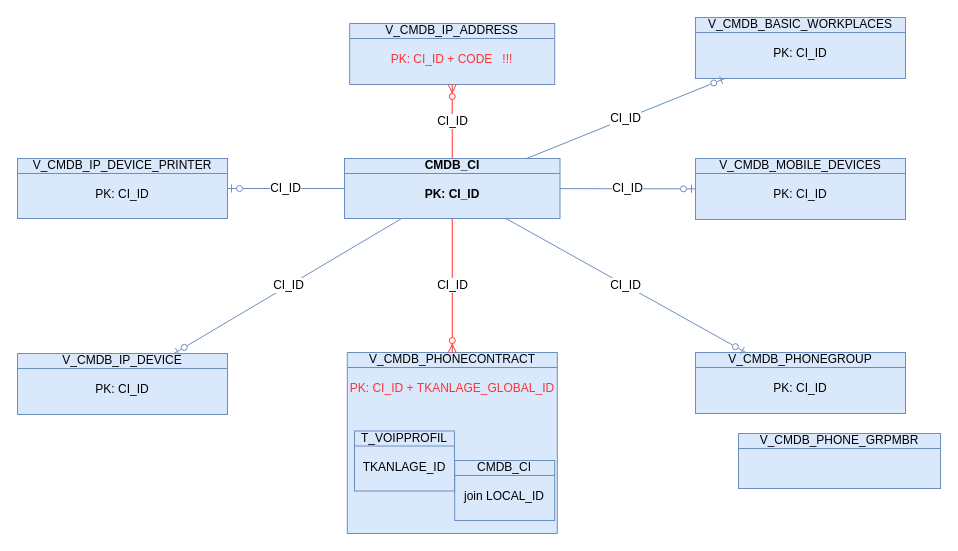
The draw.io diagram page "SourceStar" (2 of 11) of DBsErdV2.drawio in algimas/tmp, before the edit. Source tidied: cells renumbered, new cells numbered last; positions are measured from the earlier drawing's top-left corner, leaving out a move shared by most shapes. Both pictures are drawn from the tidied source at 100%, with x=0, y=0 at pixel (17, 17).
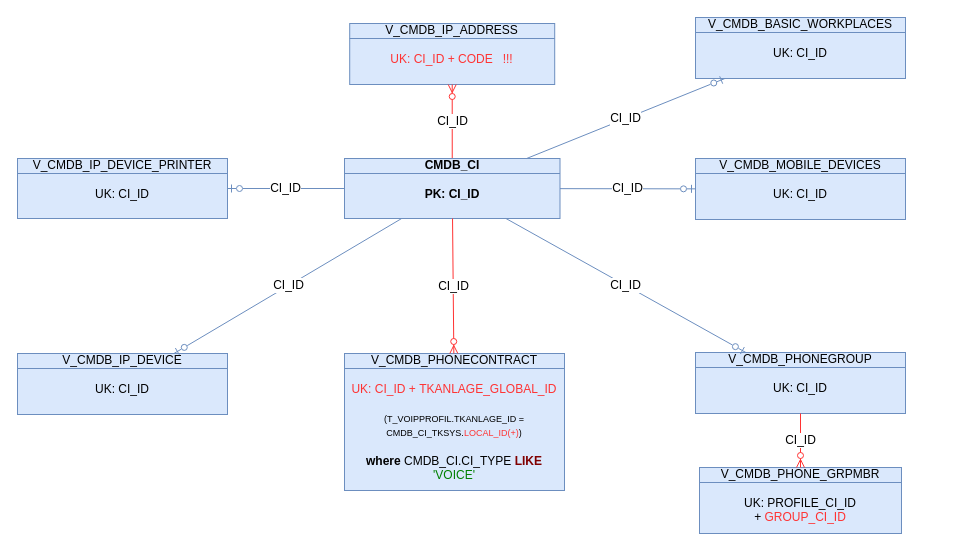
The same diagram, later.

Change to the diagram source:
```diff
@@
 <mxGraphModel>
   <root>
     <mxCell id="0" />
     <mxCell id="1" parent="0" />
-    <mxCell id="2" value="V_CMDB_IP_ADDRESS&lt;br&gt;&lt;br&gt;&lt;font color=&quot;#ff3333&quot;&gt;PK: CI_ID + CODE&amp;nbsp; &amp;nbsp;!!!&lt;/font&gt;" style="html=1;outlineConnect=0;whiteSpace=wrap;fillColor=#dae8fc;shape=mxgraph.archimate3.businessObject;overflow=fill;strokeColor=#6c8ebf;" parent="1" vertex="1">
+    <mxCell id="2" value="V_CMDB_IP_ADDRESS&lt;br&gt;&lt;br&gt;&lt;font color=&quot;#ff3333&quot;&gt;UK: CI_ID + CODE&amp;nbsp; &amp;nbsp;!!!&lt;/font&gt;" style="html=1;outlineConnect=0;whiteSpace=wrap;fillColor=#dae8fc;shape=mxgraph.archimate3.businessObject;overflow=fill;strokeColor=#6c8ebf;" parent="1" vertex="1">
       <mxGeometry x="332.2" y="6" width="205" height="61" as="geometry" />
     </mxCell>
     <mxCell id="3" value="CI_ID" style="fontSize=12;html=1;endArrow=ERzeroToMany;endFill=1;rounded=0;fillColor=#dae8fc;strokeColor=#FF3333;" parent="1" edge="1" source="4" target="2">
       <mxGeometry relative="1" as="geometry" />
     </mxCell>
     <mxCell id="4" value="CMDB_CI&lt;br&gt;&lt;br&gt;PK: CI_ID" style="html=1;outlineConnect=0;whiteSpace=wrap;fillColor=#dae8fc;shape=mxgraph.archimate3.businessObject;overflow=fill;strokeColor=#6c8ebf;fontStyle=1;" parent="1" vertex="1">
       <mxGeometry x="327" y="141" width="215.5" height="60" as="geometry" />
     </mxCell>
-    <mxCell id="5" value="V_CMDB_IP_DEVICE_PRINTER&lt;br&gt;&lt;br&gt;PK: CI_ID" style="html=1;outlineConnect=0;whiteSpace=wrap;fillColor=#dae8fc;shape=mxgraph.archimate3.businessObject;overflow=fill;strokeColor=#6c8ebf;" parent="1" vertex="1">
+    <mxCell id="5" value="V_CMDB_IP_DEVICE_PRINTER&lt;br&gt;&lt;br&gt;UK: CI_ID" style="html=1;outlineConnect=0;whiteSpace=wrap;fillColor=#dae8fc;shape=mxgraph.archimate3.businessObject;overflow=fill;strokeColor=#6c8ebf;" parent="1" vertex="1">
       <mxGeometry y="141" width="210" height="60" as="geometry" />
     </mxCell>
     <mxCell id="6" value="CI_ID" style="fontSize=12;html=1;endArrow=ERzeroToOne;endFill=0;rounded=0;fillColor=#dae8fc;strokeColor=#6c8ebf;" parent="1" edge="1" source="4" target="5">
       <mxGeometry relative="1" as="geometry" />
     </mxCell>
-    <mxCell id="7" value="V_CMDB_IP_DEVICE&lt;br&gt;&lt;br&gt;PK: CI_ID" style="html=1;outlineConnect=0;whiteSpace=wrap;fillColor=#dae8fc;shape=mxgraph.archimate3.businessObject;overflow=fill;strokeColor=#6c8ebf;" parent="1" vertex="1">
+    <mxCell id="7" value="V_CMDB_IP_DEVICE&lt;br&gt;&lt;br&gt;UK: CI_ID" style="html=1;outlineConnect=0;whiteSpace=wrap;fillColor=#dae8fc;shape=mxgraph.archimate3.businessObject;overflow=fill;strokeColor=#6c8ebf;" parent="1" vertex="1">
       <mxGeometry y="336" width="210" height="61" as="geometry" />
     </mxCell>
     <mxCell id="8" value="CI_ID" style="fontSize=12;html=1;endArrow=ERzeroToOne;endFill=0;rounded=0;fillColor=#dae8fc;strokeColor=#6c8ebf;" parent="1" edge="1" source="4" target="7">
       <mxGeometry relative="1" as="geometry" />
     </mxCell>
-    <mxCell id="9" value="V_CMDB_PHONECONTRACT&lt;br&gt;&lt;br&gt;&lt;font color=&quot;#ff3333&quot;&gt;PK: CI_ID +&amp;nbsp;TKANLAGE_GLOBAL_ID&lt;/font&gt;" style="html=1;outlineConnect=0;whiteSpace=wrap;fillColor=#dae8fc;shape=mxgraph.archimate3.businessObject;overflow=fill;strokeColor=#6c8ebf;" parent="1" vertex="1">
-      <mxGeometry x="329.8" y="335" width="210" height="181" as="geometry" />
+    <mxCell id="9" value="V_CMDB_PHONECONTRACT&lt;br&gt;&lt;br&gt;&lt;font color=&quot;#ff3333&quot;&gt;UK: CI_ID +&amp;nbsp;TKANLAGE_GLOBAL_ID&lt;br&gt;&lt;br&gt;&lt;/font&gt;&lt;font style=&quot;font-size: 9px;&quot;&gt;(T_VOIPPROFIL.TKANLAGE_ID = CMDB_CI_TKSYS.&lt;font style=&quot;font-size: 9px;&quot; color=&quot;#ff3333&quot;&gt;LOCAL_ID(+)&lt;/font&gt;)&lt;br&gt;&lt;/font&gt;&lt;br&gt;&lt;b&gt;where&lt;/b&gt; CMDB_CI.CI_TYPE &lt;span style=&quot;color: rgb(128, 0, 0);&quot; class=&quot;s1&quot;&gt;&lt;b&gt;LIKE&lt;/b&gt;&lt;/span&gt; &lt;span style=&quot;color: rgb(0, 128, 0);&quot; class=&quot;s2&quot;&gt;'VOICE'&lt;/span&gt;" style="html=1;outlineConnect=0;whiteSpace=wrap;fillColor=#dae8fc;shape=mxgraph.archimate3.businessObject;overflow=fill;strokeColor=#6c8ebf;" parent="1" vertex="1">
+      <mxGeometry x="327" y="336" width="220" height="137" as="geometry" />
     </mxCell>
-    <mxCell id="10" value="V_CMDB_PHONEGROUP&lt;br&gt;&lt;br&gt;PK: CI_ID" style="html=1;outlineConnect=0;whiteSpace=wrap;fillColor=#dae8fc;shape=mxgraph.archimate3.businessObject;overflow=fill;strokeColor=#6c8ebf;" parent="1" vertex="1">
+    <mxCell id="10" value="V_CMDB_PHONEGROUP&lt;br&gt;&lt;br&gt;UK: CI_ID" style="html=1;outlineConnect=0;whiteSpace=wrap;fillColor=#dae8fc;shape=mxgraph.archimate3.businessObject;overflow=fill;strokeColor=#6c8ebf;" parent="1" vertex="1">
       <mxGeometry x="678" y="335" width="210" height="61" as="geometry" />
     </mxCell>
     <mxCell id="11" value="CI_ID" style="fontSize=12;html=1;endArrow=ERzeroToOne;endFill=0;rounded=0;fillColor=#dae8fc;strokeColor=#6c8ebf;" parent="1" edge="1" source="4" target="10">
       <mxGeometry relative="1" as="geometry" />
     </mxCell>
-    <mxCell id="12" value="V_CMDB_PHONE_GRPMBR" style="html=1;outlineConnect=0;whiteSpace=wrap;fillColor=#dae8fc;shape=mxgraph.archimate3.businessObject;overflow=fill;strokeColor=#6c8ebf;" parent="1" vertex="1">
-      <mxGeometry x="721" y="416" width="202" height="55" as="geometry" />
+    <mxCell id="12" value="V_CMDB_PHONE_GRPMBR&lt;br&gt;&lt;br&gt;UK:&amp;nbsp;PROFILE_CI_ID +&amp;nbsp;&lt;font color=&quot;#ff3333&quot;&gt;GROUP_CI_ID&lt;/font&gt;" style="html=1;outlineConnect=0;whiteSpace=wrap;fillColor=#dae8fc;shape=mxgraph.archimate3.businessObject;overflow=fill;strokeColor=#6c8ebf;" parent="1" vertex="1">
+      <mxGeometry x="682" y="450" width="202" height="66" as="geometry" />
     </mxCell>
-    <mxCell id="13" value="V_CMDB_MOBILE_DEVICES&lt;br&gt;&lt;br&gt;PK: CI_ID" style="html=1;outlineConnect=0;whiteSpace=wrap;fillColor=#dae8fc;shape=mxgraph.archimate3.businessObject;overflow=fill;strokeColor=#6c8ebf;" parent="1" vertex="1">
+    <mxCell id="13" value="V_CMDB_MOBILE_DEVICES&lt;br&gt;&lt;br&gt;UK: CI_ID" style="html=1;outlineConnect=0;whiteSpace=wrap;fillColor=#dae8fc;shape=mxgraph.archimate3.businessObject;overflow=fill;strokeColor=#6c8ebf;" parent="1" vertex="1">
       <mxGeometry x="678" y="141" width="210" height="61" as="geometry" />
     </mxCell>
     <mxCell id="14" value="CI_ID" style="fontSize=12;html=1;endArrow=ERzeroToOne;endFill=0;rounded=0;fillColor=#dae8fc;strokeColor=#6c8ebf;" parent="1" edge="1" source="4" target="13">
       <mxGeometry relative="1" as="geometry" />
     </mxCell>
-    <mxCell id="15" value="V_CMDB_BASIC_WORKPLACES&lt;br&gt;&lt;br&gt;PK: CI_ID" style="html=1;outlineConnect=0;whiteSpace=wrap;fillColor=#dae8fc;shape=mxgraph.archimate3.businessObject;overflow=fill;strokeColor=#6c8ebf;" parent="1" vertex="1">
+    <mxCell id="15" value="V_CMDB_BASIC_WORKPLACES&lt;br&gt;&lt;br&gt;UK: CI_ID" style="html=1;outlineConnect=0;whiteSpace=wrap;fillColor=#dae8fc;shape=mxgraph.archimate3.businessObject;overflow=fill;strokeColor=#6c8ebf;" parent="1" vertex="1">
       <mxGeometry x="678" width="210" height="61" as="geometry" />
     </mxCell>
     <mxCell id="16" value="CI_ID" style="fontSize=12;html=1;endArrow=ERzeroToOne;endFill=0;rounded=0;fillColor=#dae8fc;strokeColor=#6c8ebf;" parent="1" edge="1" source="4" target="15">
       <mxGeometry relative="1" as="geometry" />
     </mxCell>
     <mxCell id="17" value="CI_ID" style="fontSize=12;html=1;endArrow=ERzeroToMany;endFill=1;rounded=0;fillColor=#dae8fc;strokeColor=#FF3333;" parent="1" edge="1" source="4" target="9">
       <mxGeometry relative="1" as="geometry" />
     </mxCell>
-    <mxCell id="18" value="CMDB_CI&lt;br&gt;&lt;br&gt;join LOCAL_ID" style="html=1;whiteSpace=wrap;fillColor=#dae8fc;shape=mxgraph.archimate3.businessObject;overflow=fill;strokeColor=#6c8ebf;" parent="1" vertex="1">
-      <mxGeometry x="437.2" y="443" width="100" height="60" as="geometry" />
-    </mxCell>
-    <mxCell id="19" value="T_VOIPPROFIL&lt;br&gt;&lt;br&gt;TKANLAGE_ID" style="html=1;whiteSpace=wrap;fillColor=#dae8fc;shape=mxgraph.archimate3.businessObject;overflow=fill;strokeColor=#6c8ebf;" parent="1" vertex="1">
-      <mxGeometry x="337" y="413.5" width="100" height="60" as="geometry" />
-    </mxCell>
+    <mxCell id="20" value="CI_ID" style="fontSize=12;html=1;endArrow=ERzeroToMany;endFill=1;rounded=0;fillColor=#dae8fc;strokeColor=#FF3333;" parent="1" edge="1" source="10" target="12">
+      <mxGeometry relative="1" as="geometry" />
+    </mxCell>
   </root>
 </mxGraphModel>
```
